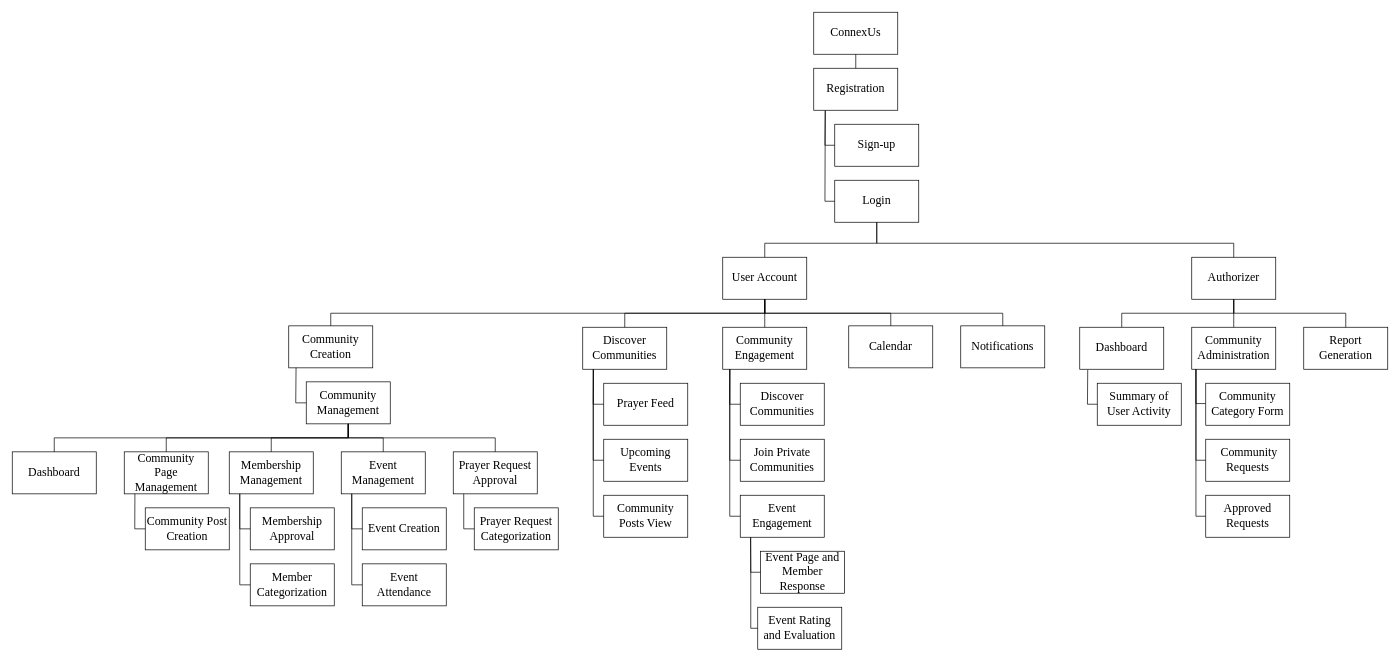
The draw.io diagram page "Page-1" (1 of 12) of ConnexUs_Chap3.drawio in gvillanueva01/ConnexUs_diagrams, before the edit. Source tidied: cells renumbered, new cells numbered last; positions are measured from the earlier drawing's top-left corner, leaving out a move shared by most shapes. Both pictures are drawn from the tidied source at 70%, with x=0, y=0 at pixel (12, 12).
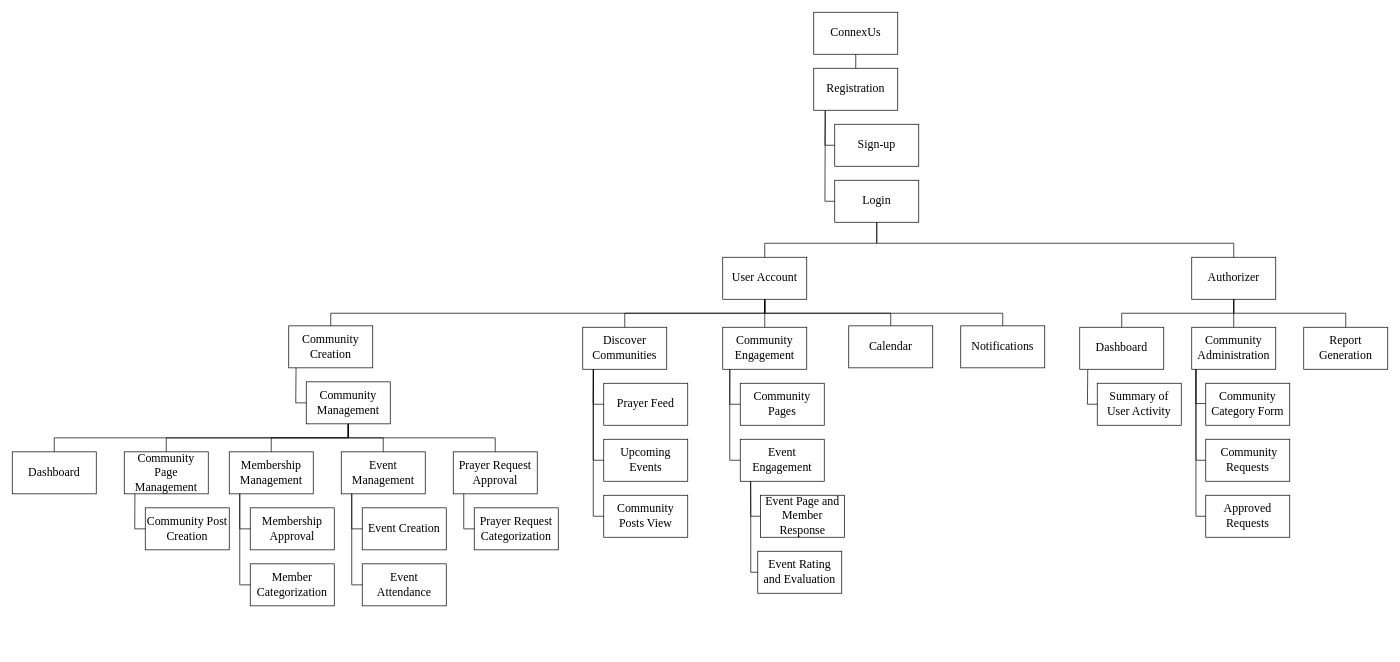
After the change.

Diff of the diagram source:
```diff
@@
-    <mxCell id="4" value="Discover Communities" style="rounded=0;whiteSpace=wrap;html=1;fontFamily=Times New Roman;fontSize=17;" parent="1" vertex="1">
+    <mxCell id="4" value="Community Pages" style="rounded=0;whiteSpace=wrap;html=1;fontFamily=Times New Roman;fontSize=17;" parent="1" vertex="1">
       <mxGeometry x="1040" y="530" width="120" height="60" as="geometry" />
     </mxCell>
@@
     <mxCell id="9" value="Event Engagement" style="rounded=0;whiteSpace=wrap;html=1;fontFamily=Times New Roman;fontSize=17;" parent="1" vertex="1">
-      <mxGeometry x="1040" y="690" width="120" height="60" as="geometry" />
+      <mxGeometry x="1040" y="610" width="120" height="60" as="geometry" />
     </mxCell>
@@
-    <mxCell id="24" value="Join Private Communities" style="rounded=0;whiteSpace=wrap;html=1;fontFamily=Times New Roman;fontSize=17;" parent="1" vertex="1">
-      <mxGeometry x="1040" y="610" width="120" height="60" as="geometry" />
-    </mxCell>
     <mxCell id="25" value="Event Page and Member Response" style="rounded=0;whiteSpace=wrap;html=1;fontFamily=Times New Roman;fontSize=17;" parent="1" vertex="1">
-      <mxGeometry x="1069" y="770" width="120" height="60" as="geometry" />
+      <mxGeometry x="1069" y="690" width="120" height="60" as="geometry" />
     </mxCell>
     <mxCell id="26" value="Event Rating and Evaluation" style="rounded=0;whiteSpace=wrap;html=1;fontFamily=Times New Roman;fontSize=17;" parent="1" vertex="1">
-      <mxGeometry x="1065" y="850" width="120" height="60" as="geometry" />
+      <mxGeometry x="1065" y="770" width="120" height="60" as="geometry" />
     </mxCell>
@@
-    <mxCell id="65" style="endArrow=none;html=1;rounded=0;exitX=0.085;exitY=1.003;exitDx=0;exitDy=0;exitPerimeter=0;entryX=0;entryY=0.5;entryDx=0;entryDy=0;fontSize=17;" parent="1" edge="1" target="24">
+    <mxCell id="65" style="endArrow=none;html=1;rounded=0;exitX=0.085;exitY=1.003;exitDx=0;exitDy=0;exitPerimeter=0;entryX=0;entryY=0.5;entryDx=0;entryDy=0;fontSize=17;" parent="1" edge="1">
       <mxGeometry relative="1" as="geometry">
         <mxPoint x="1025" y="510" as="sourcePoint" />
+        <mxPoint x="1040" y="640" as="targetPoint" />
         <Array as="points">
           <mxPoint x="1025" y="640" />
         </Array>
       </mxGeometry>
     </mxCell>
     <mxCell id="66" style="endArrow=none;html=1;rounded=0;entryX=0.122;entryY=1.003;entryDx=0;entryDy=0;entryPerimeter=0;exitX=0;exitY=0.5;exitDx=0;exitDy=0;fontSize=17;" parent="1" edge="1" source="25" target="9">
       <mxGeometry relative="1" as="geometry">
         <Array as="points">
-          <mxPoint x="1055" y="800" />
+          <mxPoint x="1055" y="720" />
         </Array>
       </mxGeometry>
     </mxCell>
     <mxCell id="67" style="endArrow=none;html=1;rounded=0;entryX=0.122;entryY=1.003;entryDx=0;entryDy=0;entryPerimeter=0;exitX=0;exitY=0.5;exitDx=0;exitDy=0;fontSize=17;" parent="1" edge="1" source="26">
       <mxGeometry relative="1" as="geometry">
-        <mxPoint x="1055" y="750" as="targetPoint" />
+        <mxPoint x="1055" y="670" as="targetPoint" />
         <Array as="points">
-          <mxPoint x="1055" y="880" />
+          <mxPoint x="1055" y="800" />
         </Array>
       </mxGeometry>
     </mxCell>
@@
-    <mxCell id="76" style="endArrow=none;html=1;rounded=0;exitX=0.085;exitY=1.003;exitDx=0;exitDy=0;exitPerimeter=0;entryX=0;entryY=0.5;entryDx=0;entryDy=0;fontSize=17;" parent="1" edge="1" target="9">
-      <mxGeometry relative="1" as="geometry">
-        <mxPoint x="1025" y="510" as="sourcePoint" />
-        <Array as="points">
-          <mxPoint x="1025" y="720" />
-        </Array>
-      </mxGeometry>
-    </mxCell>
```
